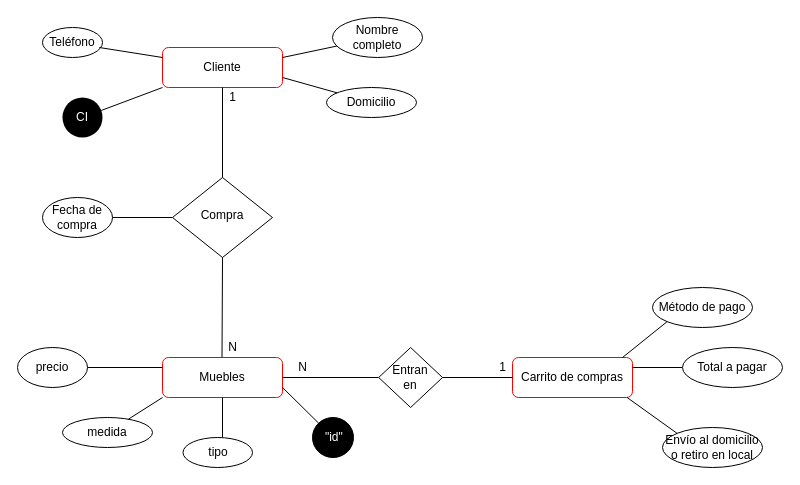
Before: Copy of Untitled Diagram.drawio in tatianacb5/api-alternativo, a draw.io diagram. Source tidied: cells renumbered, new cells numbered last; positions are measured from the earlier drawing's top-left corner, leaving out a move shared by most shapes. Both pictures are drawn from the tidied source at 100%, with x=0, y=0 at pixel (17, 17).
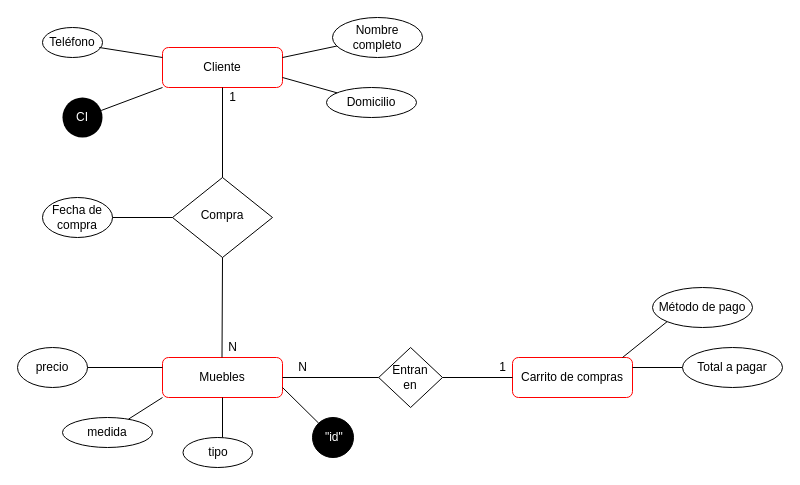
The same page after the edit.

Diff of the diagram source:
```diff
@@
-    <mxCell id="33" value="Envío al domicilio o retiro en local" style="ellipse;whiteSpace=wrap;html=1;strokeColor=#000000;" parent="1" vertex="1">
-      <mxGeometry x="645" y="410" width="100" height="40" as="geometry" />
-    </mxCell>
-    <mxCell id="34" style="endArrow=none;html=1;exitX=0;exitY=0;exitDx=0;exitDy=0;entryX=0;entryY=1;entryDx=0;entryDy=0;" parent="1" edge="1" source="33">
-      <mxGeometry relative="1" as="geometry">
-        <mxPoint x="609.6" y="380" as="targetPoint" />
-      </mxGeometry>
-    </mxCell>
```
